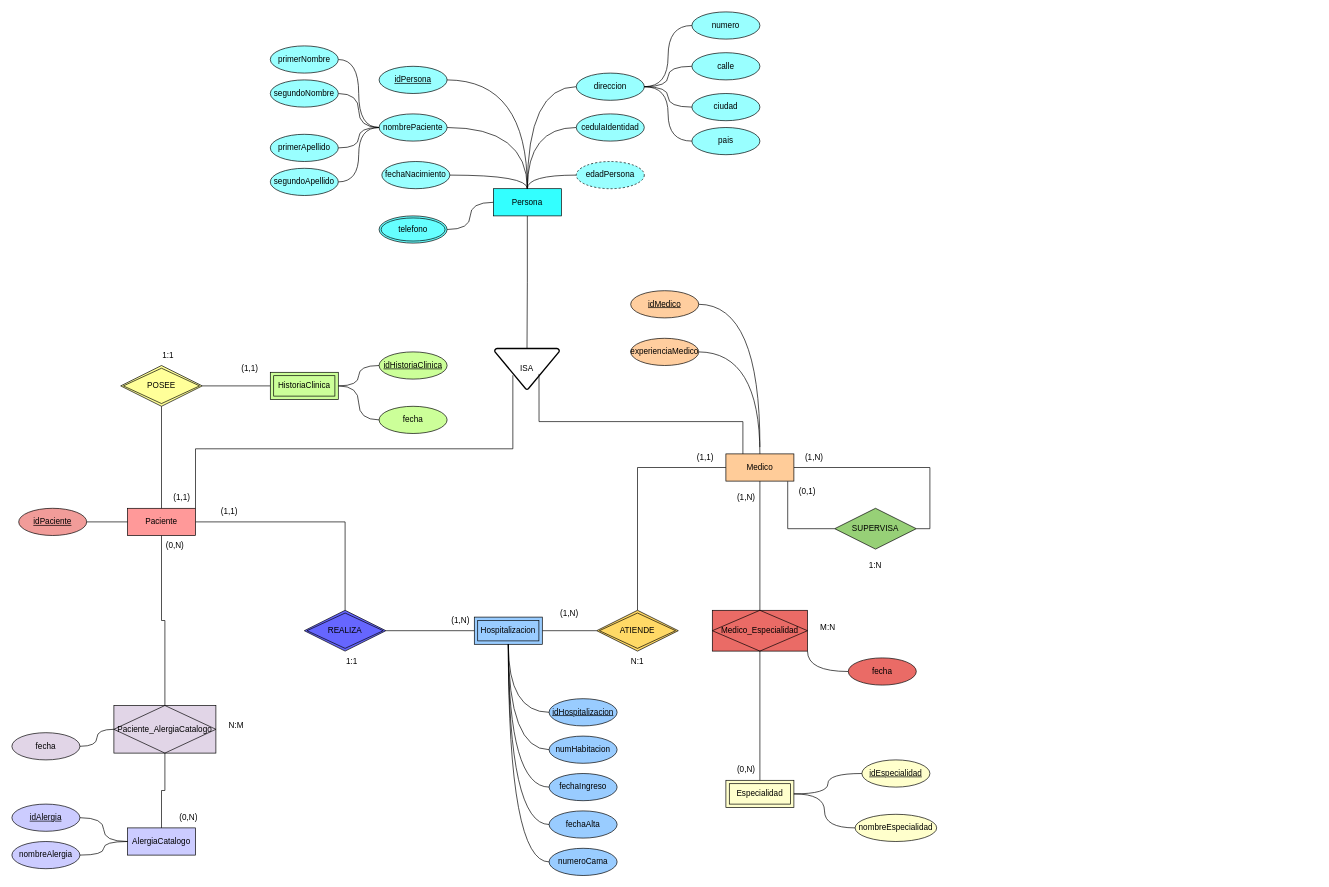
The draw.io diagram diagramahospitaldeber.drawio in Isa4cc/BASE-DE-DATOS-I-DIAGRAMAS, before the edit. Source tidied: cells renumbered, new cells numbered last; positions are measured from the earlier drawing's top-left corner, leaving out a move shared by most shapes. Both pictures are drawn from the tidied source at 68%, with x=0, y=0 at pixel (12, 12).
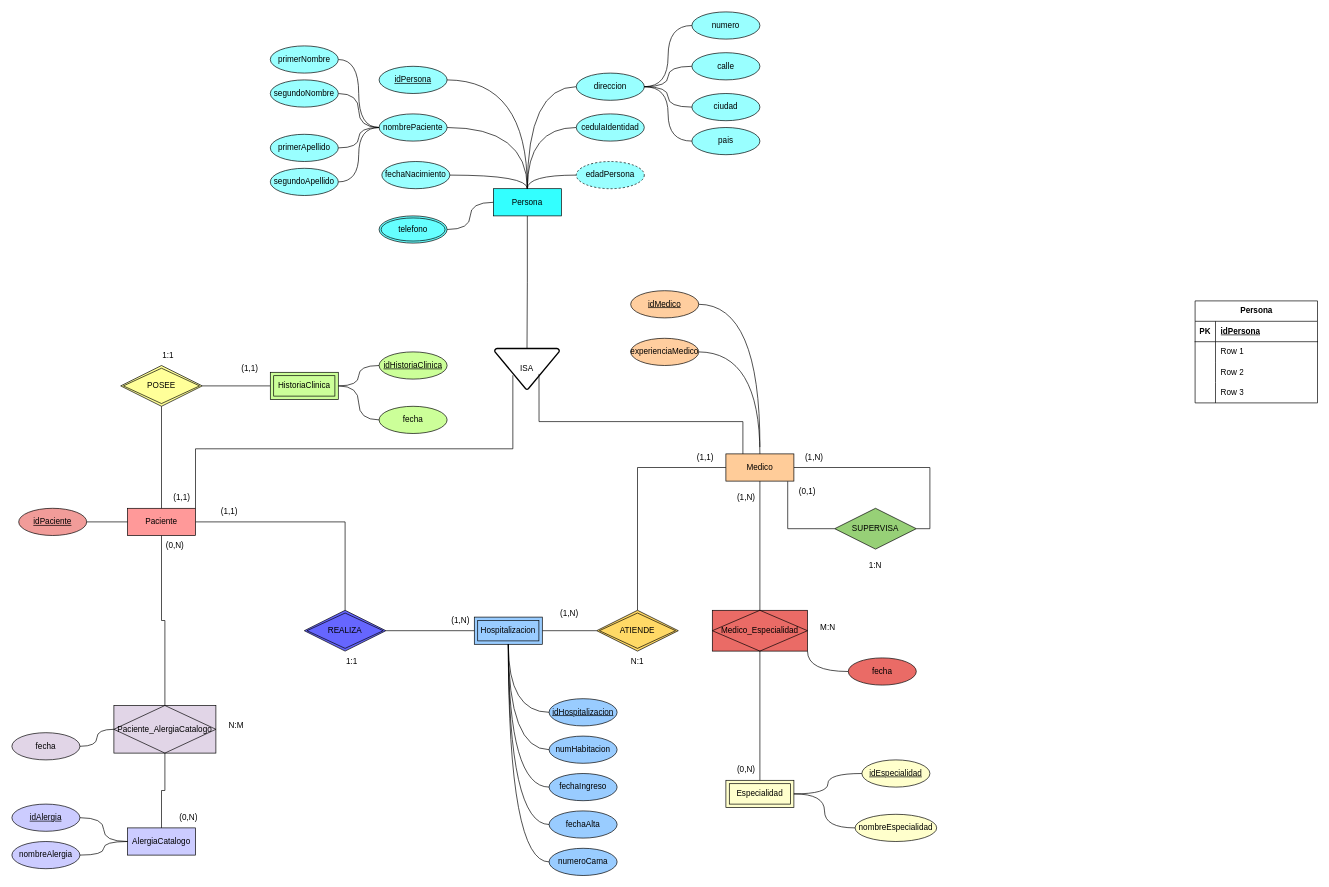
The same page after the edit.

Diff of the diagram source:
```diff
@@
+    <mxCell id="111" value="Persona" style="shape=table;startSize=30;childLayout=tableLayout;rowLines=0;fontStyle=1;align=center;html=1;" parent="1" vertex="1">
+      <mxGeometry x="1740" y="425" width="180" height="150" as="geometry" />
+    </mxCell>
+    <mxCell id="112" style="shape=tableRow;horizontal=0;startSize=0;swimlaneHead=0;swimlaneBody=0;fillColor=none;top=0;left=0;right=0;bottom=1;" parent="111" vertex="1">
+      <mxGeometry y="30" width="180" height="30" as="geometry" />
+    </mxCell>
+    <mxCell id="113" value="PK" style="shape=partialRectangle;fillColor=none;top=0;left=0;bottom=0;right=0;fontStyle=1;overflow=hidden;whiteSpace=wrap;html=1;" parent="112" vertex="1">
+      <mxGeometry width="30" height="30" as="geometry" />
+    </mxCell>
+    <mxCell id="114" value="idPersona" style="shape=partialRectangle;fillColor=none;top=0;left=0;bottom=0;right=0;align=left;spacingLeft=6;fontStyle=5;overflow=hidden;whiteSpace=wrap;html=1;" parent="112" vertex="1">
+      <mxGeometry x="30" width="150" height="30" as="geometry" />
+    </mxCell>
+    <mxCell id="115" style="shape=tableRow;horizontal=0;startSize=0;swimlaneHead=0;swimlaneBody=0;fillColor=none;top=0;left=0;right=0;bottom=0;" parent="111" vertex="1">
+      <mxGeometry y="60" width="180" height="30" as="geometry" />
+    </mxCell>
+    <mxCell id="116" style="shape=partialRectangle;fillColor=none;top=0;left=0;bottom=0;right=0;overflow=hidden;whiteSpace=wrap;html=1;" parent="115" vertex="1">
+      <mxGeometry width="30" height="30" as="geometry" />
+    </mxCell>
+    <mxCell id="117" value="Row 1" style="shape=partialRectangle;fillColor=none;top=0;left=0;bottom=0;right=0;align=left;spacingLeft=6;overflow=hidden;whiteSpace=wrap;html=1;" parent="115" vertex="1">
+      <mxGeometry x="30" width="150" height="30" as="geometry" />
+    </mxCell>
+    <mxCell id="118" style="shape=tableRow;horizontal=0;startSize=0;swimlaneHead=0;swimlaneBody=0;fillColor=none;top=0;left=0;right=0;bottom=0;" parent="111" vertex="1">
+      <mxGeometry y="90" width="180" height="30" as="geometry" />
+    </mxCell>
+    <mxCell id="119" style="shape=partialRectangle;fillColor=none;top=0;left=0;bottom=0;right=0;overflow=hidden;whiteSpace=wrap;html=1;" parent="118" vertex="1">
+      <mxGeometry width="30" height="30" as="geometry" />
+    </mxCell>
+    <mxCell id="120" value="Row 2" style="shape=partialRectangle;fillColor=none;top=0;left=0;bottom=0;right=0;align=left;spacingLeft=6;overflow=hidden;whiteSpace=wrap;html=1;" parent="118" vertex="1">
+      <mxGeometry x="30" width="150" height="30" as="geometry" />
+    </mxCell>
+    <mxCell id="121" style="shape=tableRow;horizontal=0;startSize=0;swimlaneHead=0;swimlaneBody=0;fillColor=none;top=0;left=0;right=0;bottom=0;" parent="111" vertex="1">
+      <mxGeometry y="120" width="180" height="30" as="geometry" />
+    </mxCell>
+    <mxCell id="122" style="shape=partialRectangle;fillColor=none;top=0;left=0;bottom=0;right=0;overflow=hidden;whiteSpace=wrap;html=1;" parent="121" vertex="1">
+      <mxGeometry width="30" height="30" as="geometry" />
+    </mxCell>
+    <mxCell id="123" value="Row 3" style="shape=partialRectangle;fillColor=none;top=0;left=0;bottom=0;right=0;align=left;spacingLeft=6;overflow=hidden;whiteSpace=wrap;html=1;" parent="121" vertex="1">
+      <mxGeometry x="30" width="150" height="30" as="geometry" />
+    </mxCell>
```
